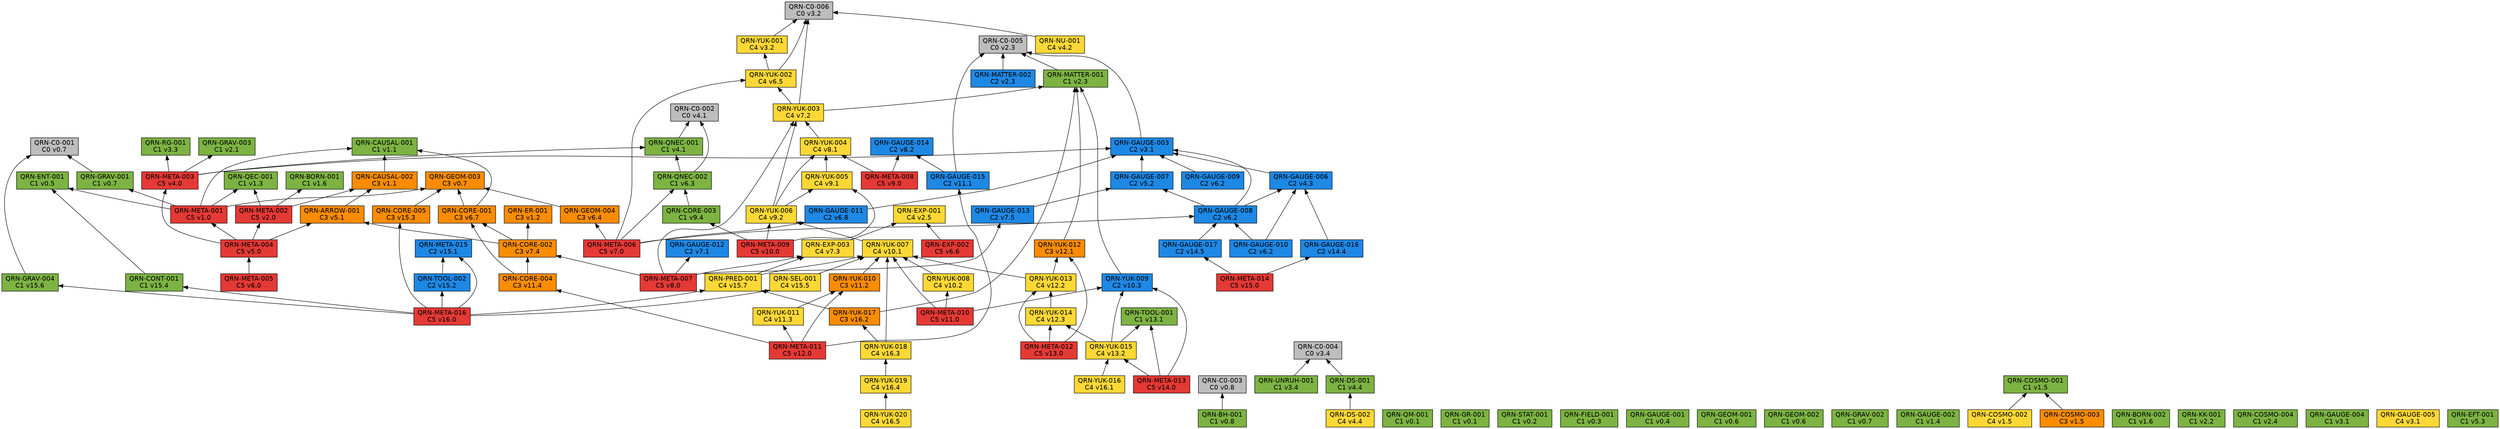
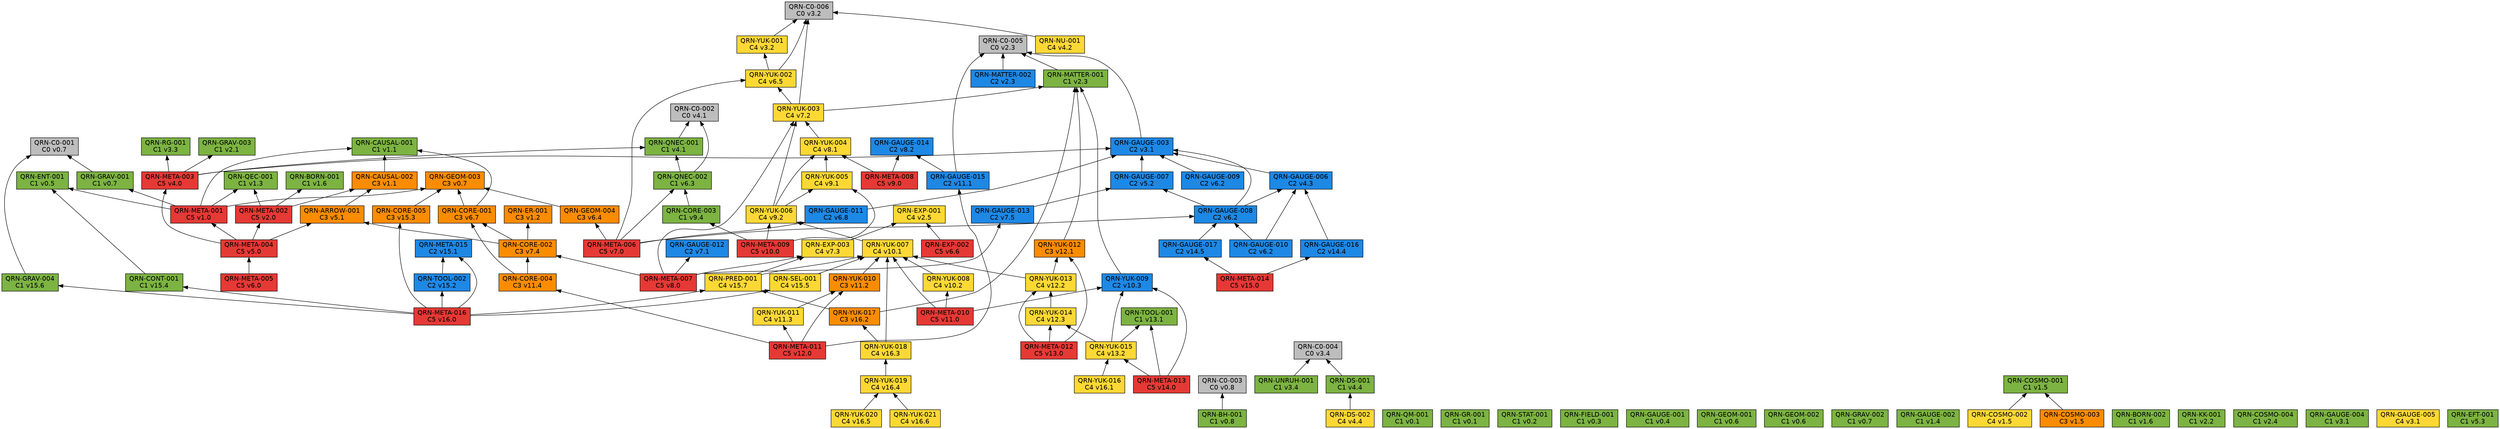
// 自動生成 (dag/report.pl) — QRN 主張依存グラフ
digraph qrn {
  rankdir=BT;
  node [shape=box, style=filled, fontname="Helvetica"];
  "QRN-C0-001" [fillcolor="#bdbdbd", label="QRN-C0-001\nC0 v0.7"];
  "QRN-C0-002" [fillcolor="#bdbdbd", label="QRN-C0-002\nC0 v4.1"];
  "QRN-C0-003" [fillcolor="#bdbdbd", label="QRN-C0-003\nC0 v0.8"];
  "QRN-C0-004" [fillcolor="#bdbdbd", label="QRN-C0-004\nC0 v3.4"];
  "QRN-C0-005" [fillcolor="#bdbdbd", label="QRN-C0-005\nC0 v2.3"];
  "QRN-C0-006" [fillcolor="#bdbdbd", label="QRN-C0-006\nC0 v3.2"];
  "QRN-QM-001" [fillcolor="#7cb342", label="QRN-QM-001\nC1 v0.1"];
  "QRN-GR-001" [fillcolor="#7cb342", label="QRN-GR-001\nC1 v0.1"];
  "QRN-STAT-001" [fillcolor="#7cb342", label="QRN-STAT-001\nC1 v0.2"];
  "QRN-FIELD-001" [fillcolor="#7cb342", label="QRN-FIELD-001\nC1 v0.3"];
  "QRN-GAUGE-001" [fillcolor="#7cb342", label="QRN-GAUGE-001\nC1 v0.4"];
  "QRN-ENT-001" [fillcolor="#7cb342", label="QRN-ENT-001\nC1 v0.5"];
  "QRN-GEOM-001" [fillcolor="#7cb342", label="QRN-GEOM-001\nC1 v0.6"];
  "QRN-GEOM-002" [fillcolor="#7cb342", label="QRN-GEOM-002\nC1 v0.6"];
  "QRN-GEOM-003" [fillcolor="#fb8c00", label="QRN-GEOM-003\nC3 v0.7"];
  "QRN-GRAV-001" [fillcolor="#7cb342", label="QRN-GRAV-001\nC1 v0.7"];
  "QRN-GRAV-002" [fillcolor="#7cb342", label="QRN-GRAV-002\nC1 v0.7"];
  "QRN-BH-001" [fillcolor="#7cb342", label="QRN-BH-001\nC1 v0.8"];
  "QRN-CAUSAL-001" [fillcolor="#7cb342", label="QRN-CAUSAL-001\nC1 v1.1"];
  "QRN-CAUSAL-002" [fillcolor="#fb8c00", label="QRN-CAUSAL-002\nC3 v1.1"];
  "QRN-ER-001" [fillcolor="#fb8c00", label="QRN-ER-001\nC3 v1.2"];
  "QRN-QEC-001" [fillcolor="#7cb342", label="QRN-QEC-001\nC1 v1.3"];
  "QRN-GAUGE-002" [fillcolor="#7cb342", label="QRN-GAUGE-002\nC1 v1.4"];
  "QRN-COSMO-001" [fillcolor="#7cb342", label="QRN-COSMO-001\nC1 v1.5"];
  "QRN-COSMO-002" [fillcolor="#fdd835", label="QRN-COSMO-002\nC4 v1.5"];
  "QRN-COSMO-003" [fillcolor="#fb8c00", label="QRN-COSMO-003\nC3 v1.5"];
  "QRN-BORN-001" [fillcolor="#7cb342", label="QRN-BORN-001\nC1 v1.6"];
  "QRN-BORN-002" [fillcolor="#7cb342", label="QRN-BORN-002\nC1 v1.6"];
  "QRN-GRAV-003" [fillcolor="#7cb342", label="QRN-GRAV-003\nC1 v2.1"];
  "QRN-KK-001" [fillcolor="#7cb342", label="QRN-KK-001\nC1 v2.2"];
  "QRN-MATTER-001" [fillcolor="#7cb342", label="QRN-MATTER-001\nC1 v2.3"];
  "QRN-MATTER-002" [fillcolor="#1e88e5", label="QRN-MATTER-002\nC2 v2.3"];
  "QRN-COSMO-004" [fillcolor="#7cb342", label="QRN-COSMO-004\nC1 v2.4"];
  "QRN-EXP-001" [fillcolor="#fdd835", label="QRN-EXP-001\nC4 v2.5"];
  "QRN-GAUGE-003" [fillcolor="#1e88e5", label="QRN-GAUGE-003\nC2 v3.1"];
  "QRN-GAUGE-004" [fillcolor="#7cb342", label="QRN-GAUGE-004\nC1 v3.1"];
  "QRN-GAUGE-005" [fillcolor="#fdd835", label="QRN-GAUGE-005\nC4 v3.1"];
  "QRN-YUK-001" [fillcolor="#fdd835", label="QRN-YUK-001\nC4 v3.2"];
  "QRN-RG-001" [fillcolor="#7cb342", label="QRN-RG-001\nC1 v3.3"];
  "QRN-UNRUH-001" [fillcolor="#7cb342", label="QRN-UNRUH-001\nC1 v3.4"];
  "QRN-QNEC-001" [fillcolor="#7cb342", label="QRN-QNEC-001\nC1 v4.1"];
  "QRN-NU-001" [fillcolor="#fdd835", label="QRN-NU-001\nC4 v4.2"];
  "QRN-GAUGE-006" [fillcolor="#1e88e5", label="QRN-GAUGE-006\nC2 v4.3"];
  "QRN-DS-001" [fillcolor="#7cb342", label="QRN-DS-001\nC1 v4.4"];
  "QRN-DS-002" [fillcolor="#fdd835", label="QRN-DS-002\nC4 v4.4"];
  "QRN-ARROW-001" [fillcolor="#fb8c00", label="QRN-ARROW-001\nC3 v5.1"];
  "QRN-GAUGE-007" [fillcolor="#1e88e5", label="QRN-GAUGE-007\nC2 v5.2"];
  "QRN-EFT-001" [fillcolor="#7cb342", label="QRN-EFT-001\nC1 v5.3"];
  "QRN-GAUGE-008" [fillcolor="#1e88e5", label="QRN-GAUGE-008\nC2 v6.2"];
  "QRN-GAUGE-009" [fillcolor="#1e88e5", label="QRN-GAUGE-009\nC2 v6.2"];
  "QRN-GAUGE-010" [fillcolor="#1e88e5", label="QRN-GAUGE-010\nC2 v6.2"];
  "QRN-QNEC-002" [fillcolor="#7cb342", label="QRN-QNEC-002\nC1 v6.3"];
  "QRN-GEOM-004" [fillcolor="#fb8c00", label="QRN-GEOM-004\nC3 v6.4"];
  "QRN-YUK-002" [fillcolor="#fdd835", label="QRN-YUK-002\nC4 v6.5"];
  "QRN-EXP-002" [fillcolor="#e53935", label="QRN-EXP-002\nC5 v6.6"];
  "QRN-CORE-001" [fillcolor="#fb8c00", label="QRN-CORE-001\nC3 v6.7"];
  "QRN-GAUGE-011" [fillcolor="#1e88e5", label="QRN-GAUGE-011\nC2 v6.8"];
  "QRN-GAUGE-012" [fillcolor="#1e88e5", label="QRN-GAUGE-012\nC2 v7.1"];
  "QRN-YUK-003" [fillcolor="#fdd835", label="QRN-YUK-003\nC4 v7.2"];
  "QRN-EXP-003" [fillcolor="#fdd835", label="QRN-EXP-003\nC4 v7.3"];
  "QRN-CORE-002" [fillcolor="#fb8c00", label="QRN-CORE-002\nC3 v7.4"];
  "QRN-GAUGE-013" [fillcolor="#1e88e5", label="QRN-GAUGE-013\nC2 v7.5"];
  "QRN-YUK-004" [fillcolor="#fdd835", label="QRN-YUK-004\nC4 v8.1"];
  "QRN-GAUGE-014" [fillcolor="#1e88e5", label="QRN-GAUGE-014\nC2 v8.2"];
  "QRN-META-001" [fillcolor="#e53935", label="QRN-META-001\nC5 v1.0"];
  "QRN-META-002" [fillcolor="#e53935", label="QRN-META-002\nC5 v2.0"];
  "QRN-META-003" [fillcolor="#e53935", label="QRN-META-003\nC5 v4.0"];
  "QRN-META-004" [fillcolor="#e53935", label="QRN-META-004\nC5 v5.0"];
  "QRN-META-005" [fillcolor="#e53935", label="QRN-META-005\nC5 v6.0"];
  "QRN-META-006" [fillcolor="#e53935", label="QRN-META-006\nC5 v7.0"];
  "QRN-META-007" [fillcolor="#e53935", label="QRN-META-007\nC5 v8.0"];
  "QRN-META-008" [fillcolor="#e53935", label="QRN-META-008\nC5 v9.0"];
  "QRN-YUK-005" [fillcolor="#fdd835", label="QRN-YUK-005\nC4 v9.1"];
  "QRN-YUK-006" [fillcolor="#fdd835", label="QRN-YUK-006\nC4 v9.2"];
  "QRN-CORE-003" [fillcolor="#7cb342", label="QRN-CORE-003\nC1 v9.4"];
  "QRN-META-009" [fillcolor="#e53935", label="QRN-META-009\nC5 v10.0"];
  "QRN-YUK-007" [fillcolor="#fdd835", label="QRN-YUK-007\nC4 v10.1"];
  "QRN-YUK-008" [fillcolor="#fdd835", label="QRN-YUK-008\nC4 v10.2"];
  "QRN-YUK-009" [fillcolor="#1e88e5", label="QRN-YUK-009\nC2 v10.3"];
  "QRN-META-010" [fillcolor="#e53935", label="QRN-META-010\nC5 v11.0"];
  "QRN-GAUGE-015" [fillcolor="#1e88e5", label="QRN-GAUGE-015\nC2 v11.1"];
  "QRN-YUK-010" [fillcolor="#fb8c00", label="QRN-YUK-010\nC3 v11.2"];
  "QRN-YUK-011" [fillcolor="#fdd835", label="QRN-YUK-011\nC4 v11.3"];
  "QRN-CORE-004" [fillcolor="#fb8c00", label="QRN-CORE-004\nC3 v11.4"];
  "QRN-META-011" [fillcolor="#e53935", label="QRN-META-011\nC5 v12.0"];
  "QRN-YUK-012" [fillcolor="#fb8c00", label="QRN-YUK-012\nC3 v12.1"];
  "QRN-YUK-013" [fillcolor="#fdd835", label="QRN-YUK-013\nC4 v12.2"];
  "QRN-YUK-014" [fillcolor="#fdd835", label="QRN-YUK-014\nC4 v12.3"];
  "QRN-META-012" [fillcolor="#e53935", label="QRN-META-012\nC5 v13.0"];
  "QRN-TOOL-001" [fillcolor="#7cb342", label="QRN-TOOL-001\nC1 v13.1"];
  "QRN-YUK-015" [fillcolor="#fdd835", label="QRN-YUK-015\nC4 v13.2"];
  "QRN-META-013" [fillcolor="#e53935", label="QRN-META-013\nC5 v14.0"];
  "QRN-GAUGE-016" [fillcolor="#1e88e5", label="QRN-GAUGE-016\nC2 v14.4"];
  "QRN-GAUGE-017" [fillcolor="#1e88e5", label="QRN-GAUGE-017\nC2 v14.5"];
  "QRN-META-014" [fillcolor="#e53935", label="QRN-META-014\nC5 v15.0"];
  "QRN-META-015" [fillcolor="#1e88e5", label="QRN-META-015\nC2 v15.1"];
  "QRN-TOOL-002" [fillcolor="#1e88e5", label="QRN-TOOL-002\nC2 v15.2"];
  "QRN-CORE-005" [fillcolor="#fb8c00", label="QRN-CORE-005\nC3 v15.3"];
  "QRN-CONT-001" [fillcolor="#7cb342", label="QRN-CONT-001\nC1 v15.4"];
  "QRN-SEL-001" [fillcolor="#fdd835", label="QRN-SEL-001\nC4 v15.5"];
  "QRN-GRAV-004" [fillcolor="#7cb342", label="QRN-GRAV-004\nC1 v15.6"];
  "QRN-PRED-001" [fillcolor="#fdd835", label="QRN-PRED-001\nC4 v15.7"];
  "QRN-META-016" [fillcolor="#e53935", label="QRN-META-016\nC5 v16.0"];
  "QRN-YUK-016" [fillcolor="#fdd835", label="QRN-YUK-016\nC4 v16.1"];
  "QRN-YUK-017" [fillcolor="#fb8c00", label="QRN-YUK-017\nC3 v16.2"];
  "QRN-YUK-018" [fillcolor="#fdd835", label="QRN-YUK-018\nC4 v16.3"];
  "QRN-YUK-019" [fillcolor="#fdd835", label="QRN-YUK-019\nC4 v16.4"];
  "QRN-YUK-020" [fillcolor="#fdd835", label="QRN-YUK-020\nC4 v16.5"];
+   "QRN-YUK-021" [fillcolor="#fdd835", label="QRN-YUK-021\nC4 v16.6"];
  "QRN-GRAV-001" -> "QRN-C0-001";
  "QRN-BH-001" -> "QRN-C0-003";
  "QRN-CAUSAL-002" -> "QRN-CAUSAL-001";
  "QRN-COSMO-002" -> "QRN-COSMO-001";
  "QRN-COSMO-003" -> "QRN-COSMO-001";
  "QRN-MATTER-001" -> "QRN-C0-005";
  "QRN-MATTER-002" -> "QRN-C0-005";
  "QRN-GAUGE-003" -> "QRN-C0-005";
  "QRN-YUK-001" -> "QRN-C0-006";
  "QRN-UNRUH-001" -> "QRN-C0-004";
  "QRN-QNEC-001" -> "QRN-C0-002";
  "QRN-NU-001" -> "QRN-C0-006";
  "QRN-GAUGE-006" -> "QRN-GAUGE-003";
  "QRN-DS-001" -> "QRN-C0-004";
  "QRN-DS-002" -> "QRN-DS-001";
  "QRN-ARROW-001" -> "QRN-CAUSAL-002";
  "QRN-GAUGE-007" -> "QRN-GAUGE-003";
  "QRN-GAUGE-008" -> "QRN-GAUGE-003";
  "QRN-GAUGE-008" -> "QRN-GAUGE-006";
  "QRN-GAUGE-008" -> "QRN-GAUGE-007";
  "QRN-GAUGE-009" -> "QRN-GAUGE-003";
  "QRN-GAUGE-010" -> "QRN-GAUGE-006";
  "QRN-GAUGE-010" -> "QRN-GAUGE-008";
  "QRN-QNEC-002" -> "QRN-C0-002";
  "QRN-QNEC-002" -> "QRN-QNEC-001";
  "QRN-GEOM-004" -> "QRN-GEOM-003";
  "QRN-YUK-002" -> "QRN-C0-006";
  "QRN-YUK-002" -> "QRN-YUK-001";
  "QRN-EXP-002" -> "QRN-EXP-001";
  "QRN-CORE-001" -> "QRN-GEOM-003";
  "QRN-CORE-001" -> "QRN-CAUSAL-001";
  "QRN-GAUGE-011" -> "QRN-GAUGE-003";
  "QRN-YUK-003" -> "QRN-C0-006";
  "QRN-YUK-003" -> "QRN-MATTER-001";
  "QRN-YUK-003" -> "QRN-YUK-002";
  "QRN-EXP-003" -> "QRN-EXP-001";
  "QRN-CORE-002" -> "QRN-CORE-001";
  "QRN-CORE-002" -> "QRN-ER-001";
  "QRN-CORE-002" -> "QRN-ARROW-001";
  "QRN-GAUGE-013" -> "QRN-GAUGE-007";
  "QRN-YUK-004" -> "QRN-YUK-003";
  "QRN-META-001" -> "QRN-GEOM-003";
  "QRN-META-001" -> "QRN-GRAV-001";
  "QRN-META-001" -> "QRN-CAUSAL-001";
  "QRN-META-001" -> "QRN-QEC-001";
  "QRN-META-001" -> "QRN-ENT-001";
  "QRN-META-002" -> "QRN-QEC-001";
  "QRN-META-002" -> "QRN-BORN-001";
  "QRN-META-002" -> "QRN-CAUSAL-002";
  "QRN-META-003" -> "QRN-GAUGE-003";
  "QRN-META-003" -> "QRN-RG-001";
  "QRN-META-003" -> "QRN-QNEC-001";
  "QRN-META-003" -> "QRN-GRAV-003";
  "QRN-META-004" -> "QRN-META-001";
  "QRN-META-004" -> "QRN-META-002";
  "QRN-META-004" -> "QRN-META-003";
  "QRN-META-004" -> "QRN-ARROW-001";
  "QRN-META-005" -> "QRN-META-004";
  "QRN-META-006" -> "QRN-GAUGE-008";
  "QRN-META-006" -> "QRN-QNEC-002";
  "QRN-META-006" -> "QRN-GEOM-004";
  "QRN-META-006" -> "QRN-YUK-002";
  "QRN-META-006" -> "QRN-GAUGE-011";
  "QRN-META-007" -> "QRN-GAUGE-012";
  "QRN-META-007" -> "QRN-YUK-003";
  "QRN-META-007" -> "QRN-EXP-003";
  "QRN-META-007" -> "QRN-CORE-002";
  "QRN-META-007" -> "QRN-GAUGE-013";
  "QRN-META-008" -> "QRN-YUK-004";
  "QRN-META-008" -> "QRN-GAUGE-014";
  "QRN-YUK-005" -> "QRN-YUK-004";
  "QRN-YUK-006" -> "QRN-YUK-003";
  "QRN-YUK-006" -> "QRN-YUK-004";
  "QRN-YUK-006" -> "QRN-YUK-005";
  "QRN-CORE-003" -> "QRN-QNEC-002";
  "QRN-META-009" -> "QRN-YUK-005";
  "QRN-META-009" -> "QRN-YUK-006";
  "QRN-META-009" -> "QRN-CORE-003";
  "QRN-YUK-007" -> "QRN-YUK-006";
  "QRN-YUK-008" -> "QRN-YUK-007";
  "QRN-YUK-009" -> "QRN-MATTER-001";
  "QRN-META-010" -> "QRN-YUK-007";
  "QRN-META-010" -> "QRN-YUK-008";
  "QRN-META-010" -> "QRN-YUK-009";
  "QRN-GAUGE-015" -> "QRN-C0-005";
  "QRN-GAUGE-015" -> "QRN-GAUGE-014";
  "QRN-YUK-010" -> "QRN-YUK-007";
  "QRN-YUK-011" -> "QRN-YUK-010";
  "QRN-CORE-004" -> "QRN-CORE-001";
  "QRN-CORE-004" -> "QRN-CORE-002";
  "QRN-META-011" -> "QRN-GAUGE-015";
  "QRN-META-011" -> "QRN-YUK-010";
  "QRN-META-011" -> "QRN-YUK-011";
  "QRN-META-011" -> "QRN-CORE-004";
  "QRN-YUK-012" -> "QRN-MATTER-001";
  "QRN-YUK-013" -> "QRN-YUK-012";
  "QRN-YUK-013" -> "QRN-YUK-007";
  "QRN-YUK-014" -> "QRN-YUK-013";
  "QRN-META-012" -> "QRN-YUK-012";
  "QRN-META-012" -> "QRN-YUK-013";
  "QRN-META-012" -> "QRN-YUK-014";
  "QRN-YUK-015" -> "QRN-YUK-014";
  "QRN-YUK-015" -> "QRN-TOOL-001";
  "QRN-YUK-015" -> "QRN-YUK-009";
  "QRN-META-013" -> "QRN-YUK-015";
  "QRN-META-013" -> "QRN-TOOL-001";
  "QRN-META-013" -> "QRN-YUK-009";
  "QRN-GAUGE-016" -> "QRN-GAUGE-006";
  "QRN-GAUGE-017" -> "QRN-GAUGE-008";
  "QRN-META-014" -> "QRN-GAUGE-016";
  "QRN-META-014" -> "QRN-GAUGE-017";
  "QRN-TOOL-002" -> "QRN-META-015";
  "QRN-CORE-005" -> "QRN-GEOM-003";
  "QRN-CONT-001" -> "QRN-ENT-001";
  "QRN-SEL-001" -> "QRN-YUK-007";
  "QRN-GRAV-004" -> "QRN-C0-001";
  "QRN-PRED-001" -> "QRN-YUK-007";
  "QRN-PRED-001" -> "QRN-EXP-003";
  "QRN-META-016" -> "QRN-META-015";
  "QRN-META-016" -> "QRN-TOOL-002";
  "QRN-META-016" -> "QRN-CORE-005";
  "QRN-META-016" -> "QRN-CONT-001";
  "QRN-META-016" -> "QRN-SEL-001";
  "QRN-META-016" -> "QRN-GRAV-004";
  "QRN-META-016" -> "QRN-PRED-001";
  "QRN-YUK-016" -> "QRN-YUK-015";
  "QRN-YUK-017" -> "QRN-MATTER-001";
  "QRN-YUK-017" -> "QRN-PRED-001";
  "QRN-YUK-018" -> "QRN-YUK-017";
  "QRN-YUK-018" -> "QRN-YUK-007";
  "QRN-YUK-019" -> "QRN-YUK-018";
  "QRN-YUK-020" -> "QRN-YUK-019";
+   "QRN-YUK-021" -> "QRN-YUK-019";
}
